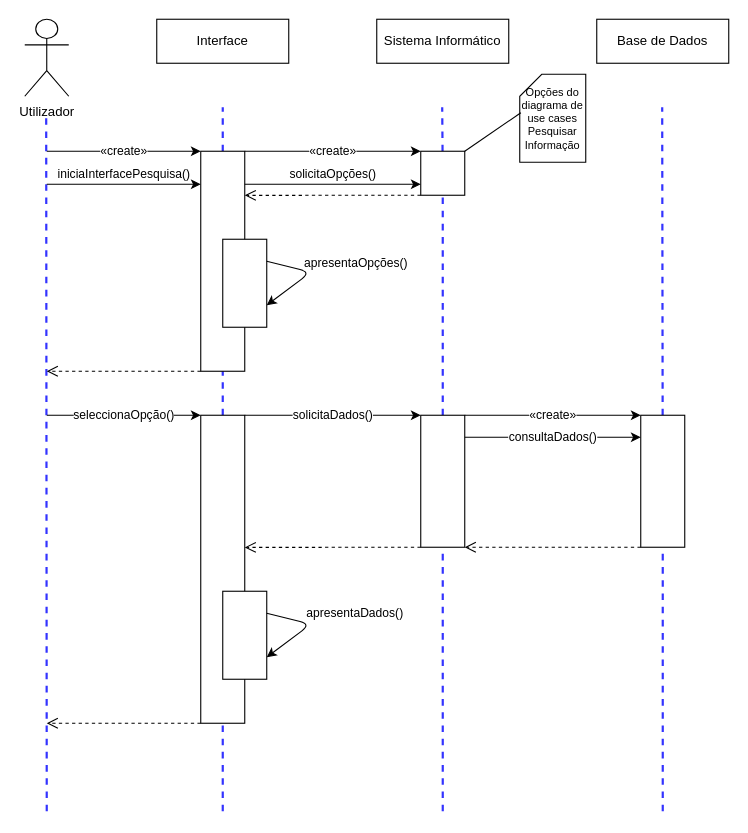
This is Diagrama de Sequência - Pesquisa.drawio from carlan92/Hospital_Management_System, a draw.io file, before an edit. Source tidied: cells renumbered, new cells numbered last; positions are measured from the earlier drawing's top-left corner, leaving out a move shared by most shapes. Both pictures are drawn from the tidied source at 110%, with x=0, y=0 at pixel (24, 19).
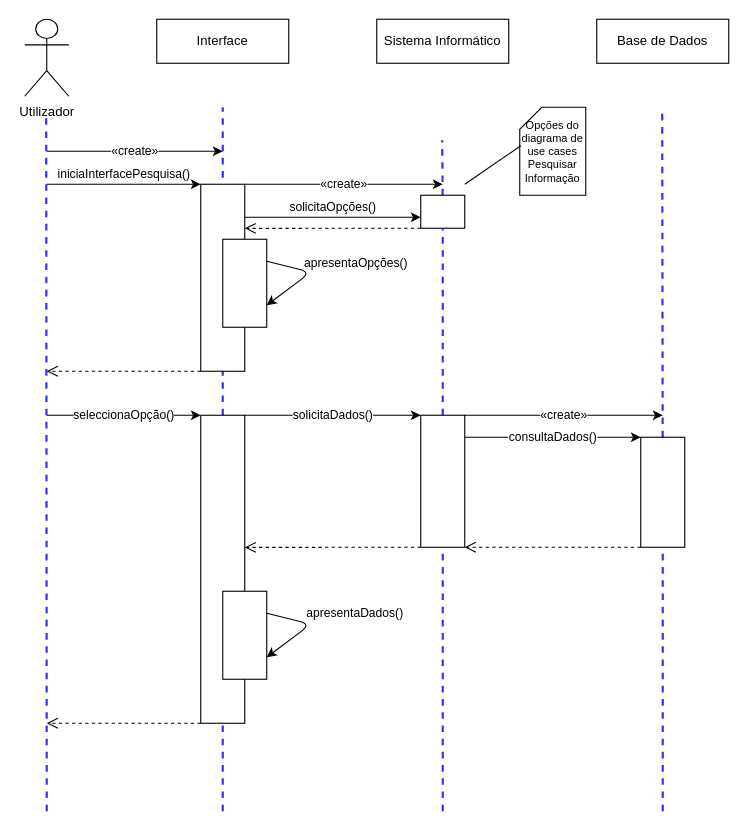
Above is the later version.

Commit message (it also covers changes not shown here):
#1 diagrama de sequencia

The change refers to these unchanged cells:
```xml
<mxCell id="18" style="rounded=0;whiteSpace=wrap;html=1;" parent="1" vertex="1">
  <mxGeometry x="360" y="360" width="40" height="120" as="geometry" />
</mxCell>
```

What changed in the source:
```diff
@@
     <mxCell id="8" style="endArrow=none;dashed=1;html=1;strokeWidth=2;fillColor=#dae8fc;strokeColor=#3333FF;" parent="1" edge="1" source="14">
       <mxGeometry relative="1" as="geometry">
-        <mxPoint x="379.5" y="80" as="targetPoint" />
+        <mxPoint x="379.5" y="110" as="targetPoint" />
       </mxGeometry>
     </mxCell>
@@
-    <mxCell id="10" value="«create»" style="endArrow=classic;html=1;strokeWidth=1;entryX=0;entryY=0;entryDx=0;entryDy=0;" parent="1" edge="1">
+    <mxCell id="10" value="«create»" style="endArrow=classic;html=1;strokeWidth=1;" parent="1" edge="1">
       <mxGeometry relative="1" as="geometry">
         <mxPoint x="20" y="120" as="sourcePoint" />
-        <mxPoint x="160" y="120" as="targetPoint" />
+        <mxPoint x="180" y="120" as="targetPoint" />
       </mxGeometry>
     </mxCell>
-    <mxCell id="11" value="«create»" style="endArrow=classic;html=1;strokeWidth=1;entryX=0;entryY=0;entryDx=0;entryDy=0;exitX=1;exitY=0;exitDx=0;exitDy=0;" parent="1" edge="1" source="18" target="20">
-      <mxGeometry relative="1" as="geometry" />
+    <mxCell id="11" value="«create»" style="endArrow=classic;html=1;strokeWidth=1;exitX=1;exitY=0;exitDx=0;exitDy=0;" parent="1" edge="1" source="18">
+      <mxGeometry relative="1" as="geometry">
+        <mxPoint x="580" y="360" as="targetPoint" />
+      </mxGeometry>
     </mxCell>
-    <mxCell id="12" value="«create»" style="endArrow=classic;html=1;strokeWidth=1;entryX=0;entryY=0;entryDx=0;entryDy=0;" parent="1" edge="1" target="14">
+    <mxCell id="12" value="«create»" style="endArrow=classic;html=1;strokeWidth=1;" parent="1" edge="1">
       <mxGeometry relative="1" as="geometry">
-        <mxPoint x="200" y="120" as="sourcePoint" />
+        <mxPoint x="200" y="150" as="sourcePoint" />
+        <mxPoint x="380" y="150" as="targetPoint" />
       </mxGeometry>
     </mxCell>
     <mxCell id="13" style="rounded=0;whiteSpace=wrap;html=1;" parent="1" vertex="1">
-      <mxGeometry x="160" y="120" width="40" height="200" as="geometry" />
+      <mxGeometry x="160" y="150" width="40" height="170" as="geometry" />
     </mxCell>
     <mxCell id="14" style="rounded=0;whiteSpace=wrap;html=1;" parent="1" vertex="1">
-      <mxGeometry x="360" y="120" width="40" height="40" as="geometry" />
+      <mxGeometry x="360" y="160" width="40" height="30" as="geometry" />
     </mxCell>
@@
     <mxCell id="20" style="rounded=0;whiteSpace=wrap;html=1;" parent="1" vertex="1">
-      <mxGeometry x="560" y="360" width="40" height="120" as="geometry" />
+      <mxGeometry x="560" y="380" width="40" height="100" as="geometry" />
     </mxCell>
@@
     <mxCell id="29" value="solicitaOpções()" style="endArrow=classic;html=1;strokeWidth=1;verticalAlign=bottom;" parent="1" edge="1">
       <mxGeometry relative="1" as="geometry">
-        <mxPoint x="200" y="150" as="sourcePoint" />
-        <mxPoint x="360" y="150" as="targetPoint" />
+        <mxPoint x="200" y="180" as="sourcePoint" />
+        <mxPoint x="360" y="180" as="targetPoint" />
       </mxGeometry>
     </mxCell>
     <mxCell id="30" style="endArrow=open;dashed=1;html=1;strokeColor=#000000;strokeWidth=1;endFill=0;endSize=8;startSize=8;exitX=0;exitY=1;exitDx=0;exitDy=0;entryX=1;entryY=0.429;entryDx=0;entryDy=0;entryPerimeter=0;" parent="1" edge="1">
       <mxGeometry relative="1" as="geometry">
-        <mxPoint x="360" y="160" as="sourcePoint" />
-        <mxPoint x="200" y="160.1" as="targetPoint" />
+        <mxPoint x="360" y="190" as="sourcePoint" />
+        <mxPoint x="200" y="190.1" as="targetPoint" />
       </mxGeometry>
     </mxCell>
@@
     <mxCell id="36" value="Opções do diagrama de use cases Pesquisar Informação" style="shape=card;whiteSpace=wrap;html=1;size=20;fontSize=10;" parent="1" vertex="1">
-      <mxGeometry x="450" y="50" width="60" height="80" as="geometry" />
+      <mxGeometry x="450" y="80" width="60" height="80" as="geometry" />
     </mxCell>
     <mxCell id="37" style="endArrow=none;html=1;fontSize=10;" parent="1" edge="1">
       <mxGeometry relative="1" as="geometry">
-        <mxPoint x="400" y="120" as="sourcePoint" />
-        <mxPoint x="451" y="85" as="targetPoint" />
+        <mxPoint x="400" y="150" as="sourcePoint" />
+        <mxPoint x="451" y="115" as="targetPoint" />
       </mxGeometry>
     </mxCell>
```
